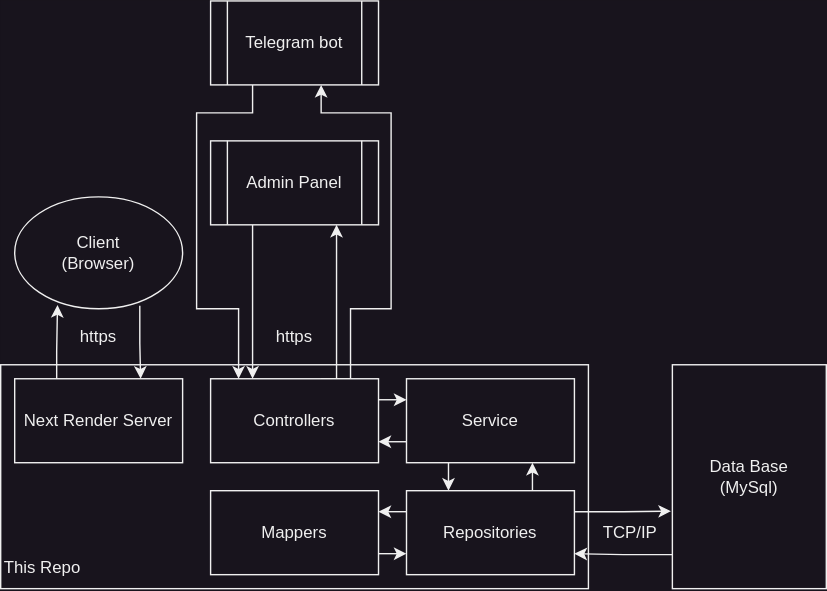
This is architecture.svg from AndreySFN/cv-petrov, a draw.io export, as it was before one commit. Source tidied: cells renumbered, new cells last; positions are measured from the earlier drawing's top-left corner, leaving out a move shared by most shapes.
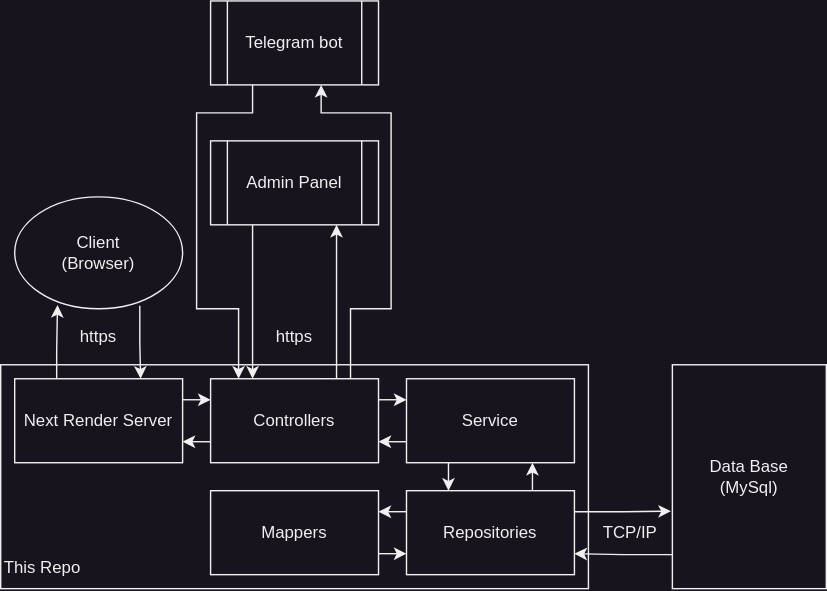
The same diagram one commit later.

The edit, as a diff of the source:
```diff
@@ -13,6 +13,9 @@
         </Array>
       </mxGeometry>
     </mxCell>
+    <mxCell id="30" style="edgeStyle=orthogonalEdgeStyle;rounded=0;jettySize=auto;html=1;exitX=1;exitY=0.25;exitDx=0;exitDy=0;entryX=0;entryY=0.25;entryDx=0;entryDy=0;" parent="1" edge="1" source="4" target="11">
+      <mxGeometry relative="1" as="geometry" />
+    </mxCell>
     <mxCell id="4" value="Next Render Server" style="rounded=0;whiteSpace=wrap;html=1;" parent="1" vertex="1">
       <mxGeometry x="10" y="270" width="120" height="60" as="geometry" />
     </mxCell>
@@ -44,6 +47,9 @@
     <mxCell id="10" style="edgeStyle=orthogonalEdgeStyle;rounded=0;jettySize=auto;html=1;exitX=0.75;exitY=0;exitDx=0;exitDy=0;entryX=0.75;entryY=1;entryDx=0;entryDy=0;" parent="1" edge="1" source="11" target="27">
       <mxGeometry relative="1" as="geometry" />
     </mxCell>
+    <mxCell id="31" style="edgeStyle=orthogonalEdgeStyle;rounded=0;jettySize=auto;html=1;exitX=0;exitY=0.75;exitDx=0;exitDy=0;entryX=1;entryY=0.75;entryDx=0;entryDy=0;" parent="1" edge="1" source="11" target="4">
+      <mxGeometry relative="1" as="geometry" />
+    </mxCell>
     <mxCell id="11" value="Controllers" style="rounded=0;whiteSpace=wrap;html=1;" parent="1" vertex="1">
       <mxGeometry x="150" y="270" width="120" height="60" as="geometry" />
     </mxCell>
```
